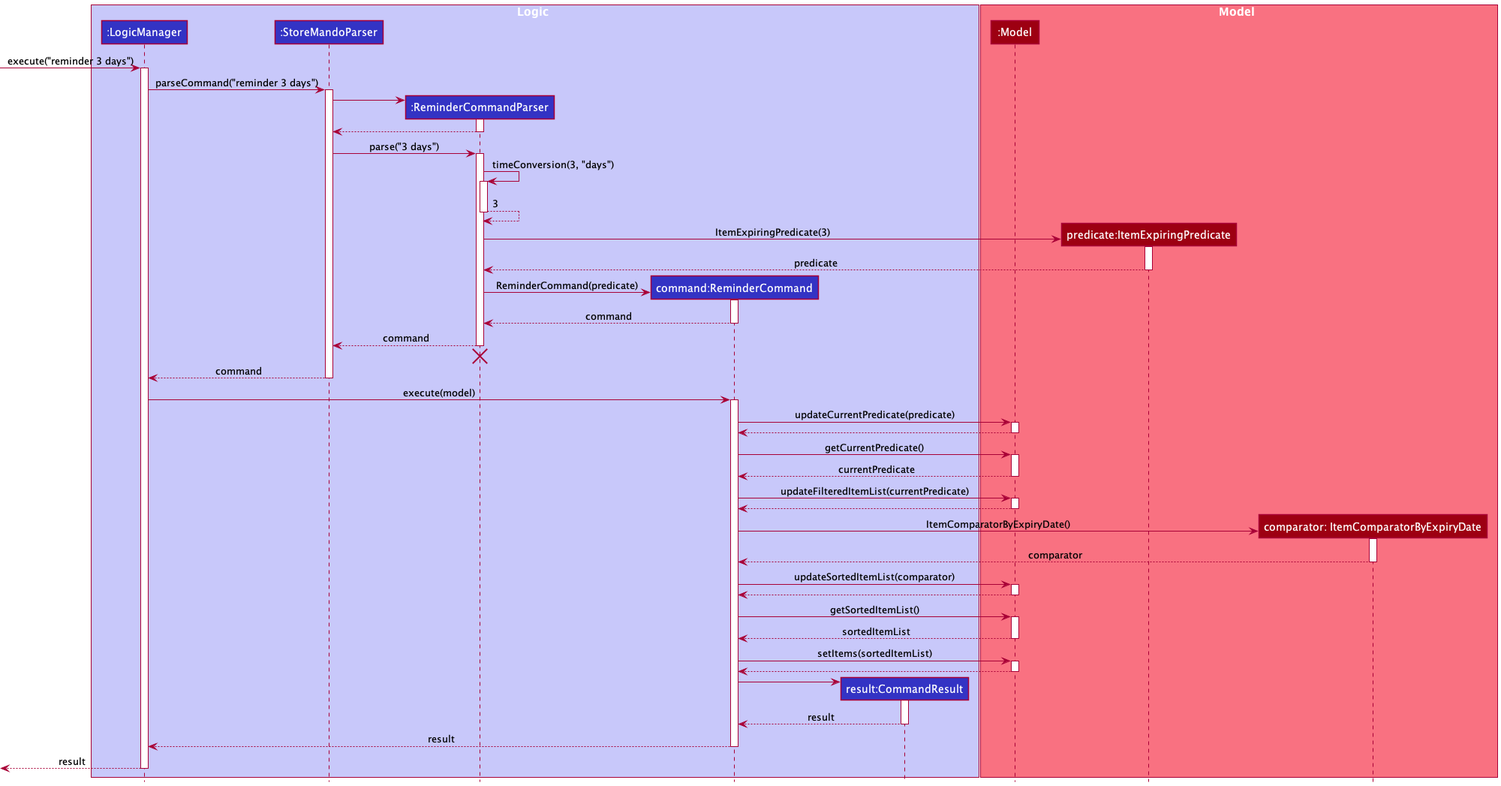
The PlantUML diagram docs/images/ReminderDaysSequenceDiagram.png in nus-cs2103-AY2021S2/tp, before a commit. Source of this version:
```plantuml
@startuml
!include style.puml

box Logic LOGIC_COLOR_T1
participant ":LogicManager" as LogicManager LOGIC_COLOR
participant ":StoreMandoParser" as StoreMandoParser LOGIC_COLOR
participant ":ReminderCommandParser" as ReminderCommandParser LOGIC_COLOR
participant "command:ReminderCommand" as ReminderCommand LOGIC_COLOR
participant "result:CommandResult" as CommandResult LOGIC_COLOR
end box

box Model MODEL_COLOR_T1
participant ":Model" as Model MODEL_COLOR
participant "predicate:ItemExpiringPredicate" as ItemExpiringPredicate MODEL_COLOR
participant "comparator: ItemComparatorByExpiryDate" as ItemComparatorByExpiryDate MODEL_COLOR
end box

[-> LogicManager : execute("reminder 3 days")
activate LogicManager

LogicManager -> StoreMandoParser : parseCommand("reminder 3 days")
activate StoreMandoParser

create ReminderCommandParser
StoreMandoParser -> ReminderCommandParser
activate ReminderCommandParser

ReminderCommandParser --> StoreMandoParser
deactivate ReminderCommandParser

StoreMandoParser -> ReminderCommandParser : parse("3 days")
activate ReminderCommandParser

ReminderCommandParser -> ReminderCommandParser : timeConversion(3, "days")
activate ReminderCommandParser

ReminderCommandParser --> ReminderCommandParser : 3
deactivate ReminderCommandParser

create ItemExpiringPredicate
ReminderCommandParser -> ItemExpiringPredicate : ItemExpiringPredicate(3)
activate ItemExpiringPredicate

ItemExpiringPredicate --> ReminderCommandParser : predicate
deactivate ItemExpiringPredicate

create ReminderCommand
ReminderCommandParser -> ReminderCommand : ReminderCommand(predicate)
activate ReminderCommand

ReminderCommand --> ReminderCommandParser : command
deactivate ReminderCommand

ReminderCommandParser --> StoreMandoParser : command
deactivate ReminderCommandParser
ReminderCommandParser -[hidden]-> StoreMandoParser
destroy ReminderCommandParser

StoreMandoParser --> LogicManager : command
deactivate StoreMandoParser

LogicManager -> ReminderCommand : execute(model)
activate ReminderCommand

ReminderCommand -> Model : updateCurrentPredicate(predicate)
activate Model

Model --> ReminderCommand
deactivate Model

ReminderCommand -> Model : getCurrentPredicate()
activate Model

Model --> ReminderCommand : currentPredicate
deactivate Model

ReminderCommand -> Model : updateFilteredItemList(currentPredicate)
activate Model

Model --> ReminderCommand
deactivate Model

create ItemComparatorByExpiryDate
ReminderCommand -> ItemComparatorByExpiryDate : ItemComparatorByExpiryDate()
activate ItemComparatorByExpiryDate

ItemComparatorByExpiryDate --> ReminderCommand : comparator
deactivate ItemComparatorByExpiryDate

ReminderCommand -> Model : updateSortedItemList(comparator)
activate Model

Model --> ReminderCommand
deactivate Model

ReminderCommand -> Model : getSortedItemList()
activate Model

Model --> ReminderCommand : sortedItemList
deactivate Model

ReminderCommand -> Model : setItems(sortedItemList)
activate Model

Model --> ReminderCommand
deactivate Model

create CommandResult
ReminderCommand -> CommandResult
activate CommandResult

CommandResult --> ReminderCommand : result
deactivate CommandResult

ReminderCommand --> LogicManager : result
deactivate ReminderCommand

[<--LogicManager :result
deactivate LogicManager
@enduml
```
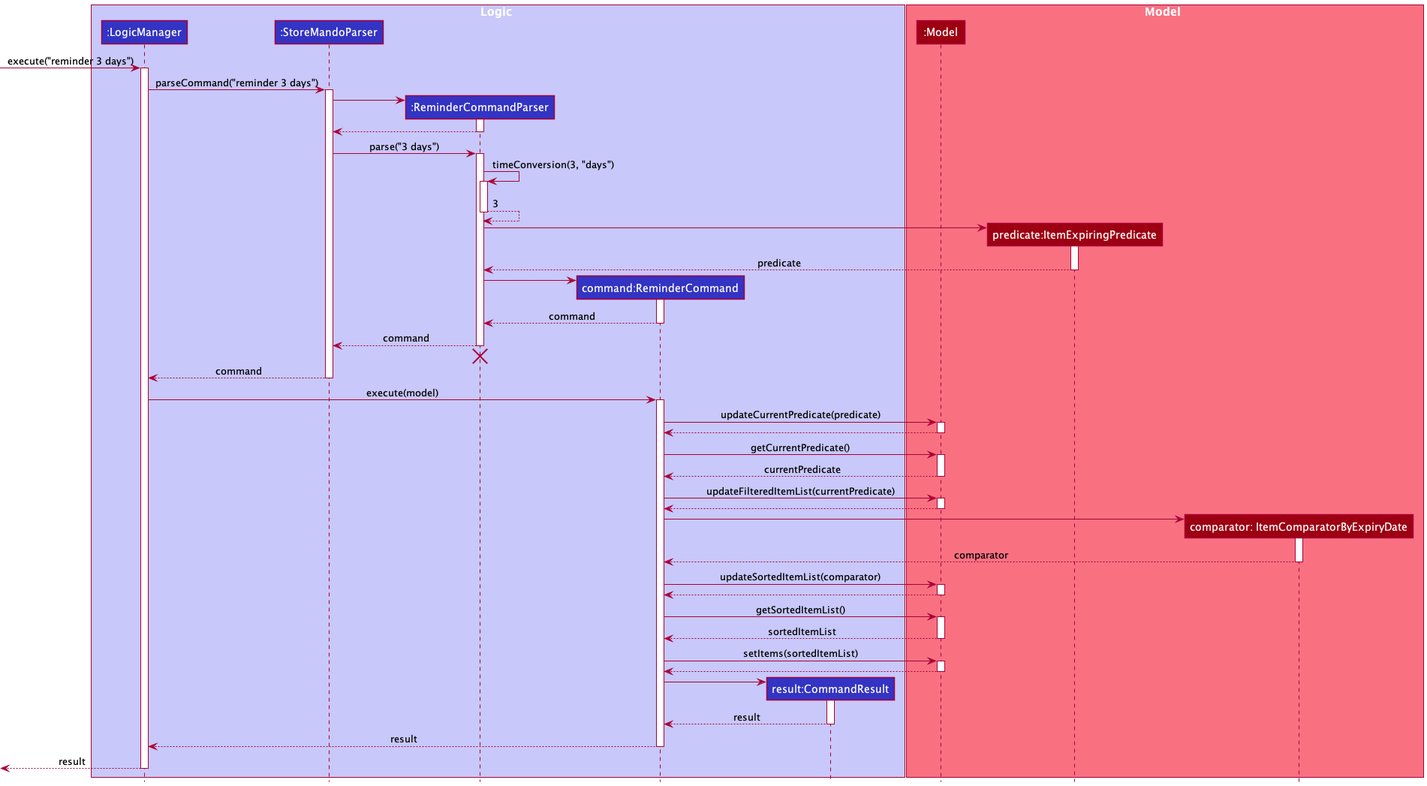
The same file after the commit.

Change to the diagram source:
```diff
@@ -38,14 +38,14 @@
 deactivate ReminderCommandParser
 
 create ItemExpiringPredicate
-ReminderCommandParser -> ItemExpiringPredicate : ItemExpiringPredicate(3)
+ReminderCommandParser -> ItemExpiringPredicate
 activate ItemExpiringPredicate
 
 ItemExpiringPredicate --> ReminderCommandParser : predicate
 deactivate ItemExpiringPredicate
 
 create ReminderCommand
-ReminderCommandParser -> ReminderCommand : ReminderCommand(predicate)
+ReminderCommandParser -> ReminderCommand
 activate ReminderCommand
 
 ReminderCommand --> ReminderCommandParser : command
@@ -81,7 +81,7 @@
 deactivate Model
 
 create ItemComparatorByExpiryDate
-ReminderCommand -> ItemComparatorByExpiryDate : ItemComparatorByExpiryDate()
+ReminderCommand -> ItemComparatorByExpiryDate
 activate ItemComparatorByExpiryDate
 
 ItemComparatorByExpiryDate --> ReminderCommand : comparator
```
